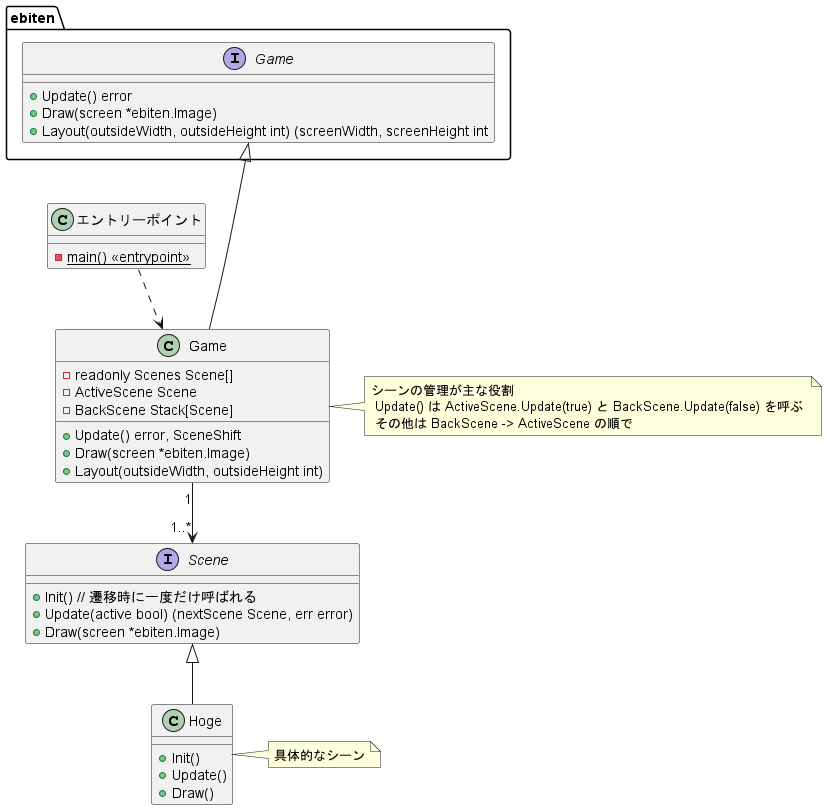
The PlantUML diagram Docs/game_class_diagram.png in kmc-jp/Gamedev_Tempura-of-p--Phenylazo-phenol, before a commit.
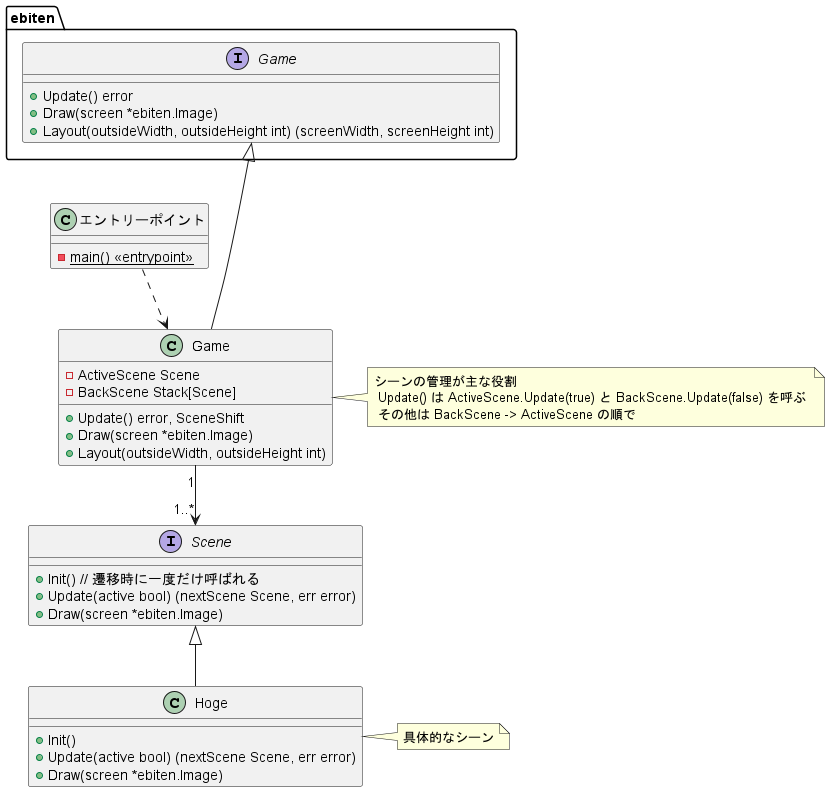
After the change.

Commit message:
クラス図のエクスポートを実行

What changed in the source:
```diff
@@ -4,7 +4,7 @@
     interface ebiten.Game {
         + Update() error
         + Draw(screen *ebiten.Image)
-        + Layout(outsideWidth, outsideHeight int) (screenWidth, screenHeight int
+        + Layout(outsideWidth, outsideHeight int) (screenWidth, screenHeight int)
     }
 }
 
@@ -13,7 +13,6 @@
 }
 
 class Game {
-    - readonly Scenes Scene[]
     - ActiveScene Scene
     - BackScene Stack[Scene]
     + Update() error, SceneShift
@@ -35,8 +34,8 @@
 
 class Hoge {
     + Init()
-    + Update()
-    + Draw()
+    + Update(active bool) (nextScene Scene, err error)
+    + Draw(screen *ebiten.Image)
 }
 note right of Hoge : 具体的なシーン
 
```
